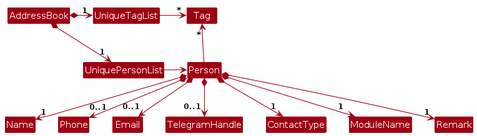
Above: diagrams/BetterModelClassDiagram.png in SlothyCat/tp (PlantUML), before the change. Its source is kept beside it as diagrams/BetterModelClassDiagram.puml.
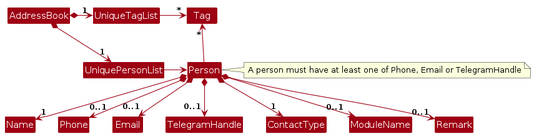
The same file after the commit.

Change to the diagram source:
```diff
@@ -19,6 +19,10 @@
 Person *--> "0..1" Email
 Person *--> "0..1" TelegramHandle
 Person *--> "1" ContactType
-Person *--> "1" ModuleName
-Person *--> "1" Remark
+Person *--> "0..1" ModuleName
+Person *--> "0..1" Remark
+
+note right of Person
+    A person must have at least one of Phone, Email or TelegramHandle
+end note
 @enduml
```
